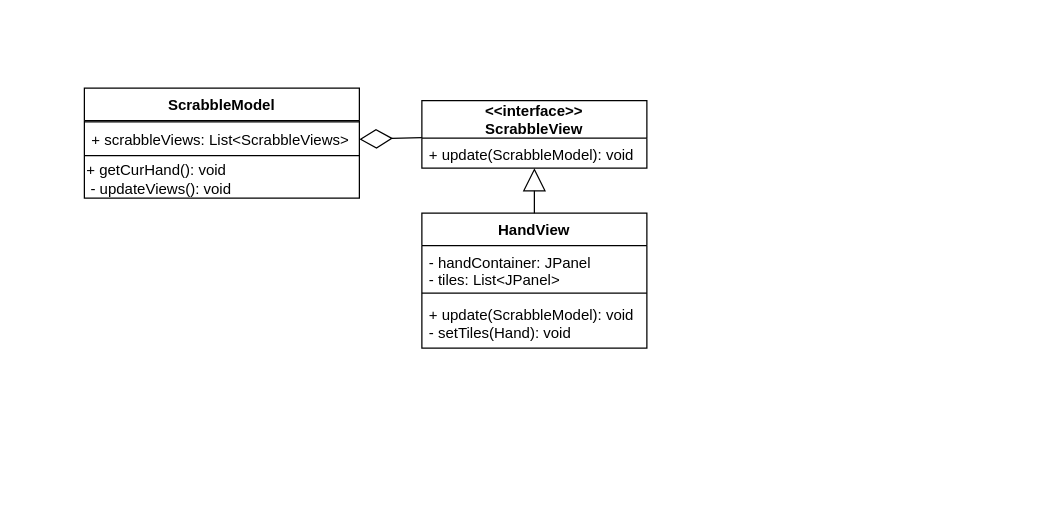
Before: UML/M2/HandView.drawio in trk20/Scuffle, a draw.io diagram. Source tidied: cells renumbered, new cells numbered last; positions are measured from the earlier drawing's top-left corner, leaving out a move shared by most shapes. Both pictures are drawn from the tidied source at 125%, with x=0, y=0 at pixel (84, 88).
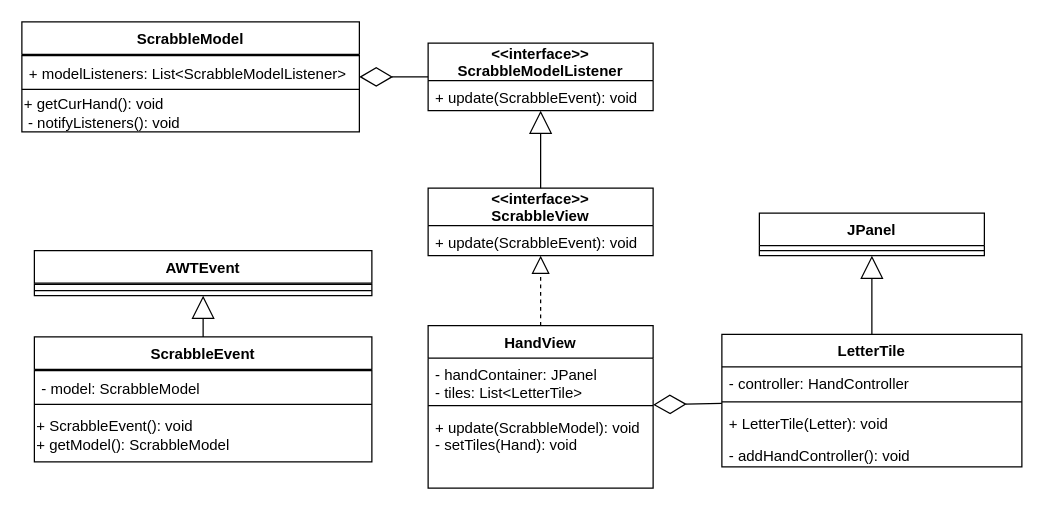
After the change.

Commit message (it also covers changes not shown here):
Created class diagram for HandController

- Updated HandView structure a bit
- For now, using Letter as the internal representation of tiles, but we might run into issues with duplicates.
- Also, may be good to have a way to store selection info inside the model representation of the tile. (Another reason why letter enums may not be sufficient).

What changed in the source:
```diff
@@
     <mxCell id="2" value="HandView" style="swimlane;fontStyle=1;align=center;verticalAlign=top;horizontal=1;startSize=26;" parent="1" vertex="1">
-      <mxGeometry x="270" y="100" width="180" height="108" as="geometry" />
+      <mxGeometry x="275" y="190" width="180" height="130" as="geometry" />
     </mxCell>
-    <mxCell id="3" value="- handContainer: JPanel&#10;- tiles: List&lt;JPanel&gt;" style="text;strokeColor=none;fillColor=none;align=left;verticalAlign=top;spacingLeft=4;spacingRight=4;overflow=hidden;" parent="2" vertex="1">
+    <mxCell id="3" value="- handContainer: JPanel&#10;- tiles: List&lt;LetterTile&gt;" style="text;strokeColor=none;fillColor=none;align=left;verticalAlign=top;spacingLeft=4;spacingRight=4;overflow=hidden;" parent="2" vertex="1">
       <mxGeometry y="26" width="180" height="34" as="geometry" />
     </mxCell>
@@
     <mxCell id="5" value="+ update(ScrabbleModel): void&#10;- setTiles(Hand): void" style="text;strokeColor=none;fillColor=none;align=left;verticalAlign=top;spacingLeft=4;spacingRight=4;overflow=hidden;" parent="2" vertex="1">
-      <mxGeometry y="68" width="180" height="40" as="geometry" />
+      <mxGeometry y="68" width="180" height="62" as="geometry" />
     </mxCell>
     <mxCell id="6" value="&lt;&lt;interface&gt;&gt;&#10;ScrabbleView" style="swimlane;fontStyle=1;horizontal=1;startSize=30;fillColor=none;" parent="1" vertex="1">
-      <mxGeometry x="270" y="10" width="180" height="54" as="geometry" />
+      <mxGeometry x="275" y="80" width="180" height="54" as="geometry" />
     </mxCell>
-    <mxCell id="7" value="+ update(ScrabbleModel): void&#10;" style="text;strokeColor=none;fillColor=none;align=left;verticalAlign=top;spacingLeft=4;spacingRight=4;overflow=hidden;points=[[0,0.5],[1,0.5]];portConstraint=eastwest;fontStyle=0;" parent="6" vertex="1">
+    <mxCell id="7" value="+ update(ScrabbleEvent): void&#10;" style="text;strokeColor=none;fillColor=none;align=left;verticalAlign=top;spacingLeft=4;spacingRight=4;overflow=hidden;points=[[0,0.5],[1,0.5]];portConstraint=eastwest;fontStyle=0;" parent="6" vertex="1">
       <mxGeometry y="30" width="180" height="24" as="geometry" />
     </mxCell>
-    <mxCell id="8" style="endArrow=block;endSize=16;endFill=0;html=1;rounded=0;" parent="1" edge="1" source="2" target="7">
-      <mxGeometry relative="1" as="geometry" />
-    </mxCell>
     <mxCell id="9" value="ScrabbleModel" style="swimlane;fontStyle=1;align=center;verticalAlign=top;horizontal=1;startSize=26;" parent="1" vertex="1">
-      <mxGeometry width="220" height="88" as="geometry" />
+      <mxGeometry x="-50" y="-53" width="270" height="88" as="geometry" />
     </mxCell>
     <mxCell id="10" style="line;strokeWidth=1;fillColor=none;align=left;verticalAlign=middle;spacingTop=-1;spacingLeft=3;spacingRight=3;labelPosition=right;" parent="9" vertex="1">
-      <mxGeometry y="26" width="220" height="2" as="geometry" />
+      <mxGeometry y="26" width="270" height="2" as="geometry" />
     </mxCell>
-    <mxCell id="11" value="+ scrabbleViews: List&lt;ScrabbleViews&gt;" style="text;strokeColor=none;fillColor=none;align=left;verticalAlign=top;spacingLeft=4;spacingRight=4;overflow=hidden;" parent="9" vertex="1">
-      <mxGeometry y="28" width="220" height="22" as="geometry" />
+    <mxCell id="11" value="+ modelListeners: List&lt;ScrabbleModelListener&gt;" style="text;strokeColor=none;fillColor=none;align=left;verticalAlign=top;spacingLeft=4;spacingRight=4;overflow=hidden;" parent="9" vertex="1">
+      <mxGeometry y="28" width="270" height="22" as="geometry" />
     </mxCell>
     <mxCell id="12" style="line;strokeWidth=1;fillColor=none;align=left;verticalAlign=middle;spacingTop=-1;spacingLeft=3;spacingRight=3;labelPosition=right;" parent="9" vertex="1">
-      <mxGeometry y="50" width="220" height="8" as="geometry" />
+      <mxGeometry y="50" width="270" height="8" as="geometry" />
     </mxCell>
-    <mxCell id="13" value="&lt;span&gt;+ getCurHand(): void&lt;br&gt;&amp;nbsp;- updateViews(): void&lt;br&gt;&lt;/span&gt;" style="text;html=1;strokeColor=none;fillColor=none;align=left;verticalAlign=middle;whiteSpace=wrap;rounded=0;" parent="9" vertex="1">
-      <mxGeometry y="58" width="220" height="30" as="geometry" />
+    <mxCell id="13" value="&lt;span&gt;+ getCurHand(): void&lt;br&gt;&amp;nbsp;-&amp;nbsp;&lt;/span&gt;notifyListeners&lt;span&gt;(): void&lt;br&gt;&lt;/span&gt;" style="text;html=1;strokeColor=none;fillColor=none;align=left;verticalAlign=middle;whiteSpace=wrap;rounded=0;" parent="9" vertex="1">
+      <mxGeometry y="58" width="270" height="30" as="geometry" />
     </mxCell>
-    <mxCell id="14" style="endArrow=diamondThin;endFill=0;endSize=24;html=1;rounded=0;" parent="1" edge="1" source="6" target="9">
+    <mxCell id="14" style="endArrow=diamondThin;endFill=0;endSize=24;html=1;rounded=0;" parent="1" edge="1" source="25" target="9">
       <mxGeometry relative="1" as="geometry" />
     </mxCell>
+    <mxCell id="15" value="LetterTile" style="swimlane;fontStyle=1;align=center;verticalAlign=top;horizontal=1;startSize=26;" parent="1" vertex="1">
+      <mxGeometry x="510" y="197" width="240" height="106" as="geometry" />
+    </mxCell>
+    <mxCell id="16" value="- controller: HandController" style="text;strokeColor=none;fillColor=none;align=left;verticalAlign=top;spacingLeft=4;spacingRight=4;overflow=hidden;" parent="15" vertex="1">
+      <mxGeometry y="26" width="240" height="24" as="geometry" />
+    </mxCell>
+    <mxCell id="17" style="line;strokeWidth=1;fillColor=none;align=left;verticalAlign=middle;spacingTop=-1;spacingLeft=3;spacingRight=3;labelPosition=right;" parent="15" vertex="1">
+      <mxGeometry y="50" width="240" height="8" as="geometry" />
+    </mxCell>
+    <mxCell id="18" value="+ LetterTile(Letter): void" style="text;strokeColor=none;fillColor=none;align=left;verticalAlign=top;spacingLeft=4;spacingRight=4;overflow=hidden;" parent="15" vertex="1">
+      <mxGeometry y="58" width="240" height="26" as="geometry" />
+    </mxCell>
+    <mxCell id="19" value="- addHandController(): void" style="text;strokeColor=none;fillColor=none;align=left;verticalAlign=top;spacingLeft=4;spacingRight=4;overflow=hidden;" parent="15" vertex="1">
+      <mxGeometry y="84" width="240" height="22" as="geometry" />
+    </mxCell>
+    <mxCell id="20" value="JPanel" style="swimlane;fontStyle=1;align=center;verticalAlign=top;horizontal=1;startSize=26;" parent="1" vertex="1">
+      <mxGeometry x="540" y="100" width="180" height="34" as="geometry" />
+    </mxCell>
+    <mxCell id="21" style="line;strokeWidth=1;fillColor=none;align=left;verticalAlign=middle;spacingTop=-1;spacingLeft=3;spacingRight=3;labelPosition=right;" parent="20" vertex="1">
+      <mxGeometry y="26" width="180" height="8" as="geometry" />
+    </mxCell>
+    <mxCell id="22" style="endArrow=block;endSize=16;endFill=0;html=1;rounded=0;" parent="1" edge="1" source="15" target="20">
+      <mxGeometry relative="1" as="geometry" />
+    </mxCell>
+    <mxCell id="23" style="endArrow=diamondThin;endFill=0;endSize=24;html=1;rounded=0;" parent="1" edge="1" source="15" target="2">
+      <mxGeometry relative="1" as="geometry" />
+    </mxCell>
+    <mxCell id="24" style="endArrow=block;dashed=1;endFill=0;endSize=12;html=1;rounded=0;" parent="1" edge="1" source="2" target="6">
+      <mxGeometry relative="1" as="geometry" />
+    </mxCell>
+    <mxCell id="25" value="&lt;&lt;interface&gt;&gt;&#10;ScrabbleModelListener" style="swimlane;fontStyle=1;horizontal=1;startSize=30;fillColor=none;" parent="1" vertex="1">
+      <mxGeometry x="275" y="-36" width="180" height="54" as="geometry" />
+    </mxCell>
+    <mxCell id="26" value="+ update(ScrabbleEvent): void&#10;" style="text;strokeColor=none;fillColor=none;align=left;verticalAlign=top;spacingLeft=4;spacingRight=4;overflow=hidden;fontStyle=0;" parent="25" vertex="1">
+      <mxGeometry y="30" width="180" height="24" as="geometry" />
+    </mxCell>
+    <mxCell id="27" style="endArrow=block;endSize=16;endFill=0;html=1;rounded=0;" parent="1" edge="1" source="6" target="25">
+      <mxGeometry relative="1" as="geometry" />
+    </mxCell>
+    <mxCell id="28" value="ScrabbleEvent" style="swimlane;fontStyle=1;align=center;verticalAlign=top;horizontal=1;startSize=26;" parent="1" vertex="1">
+      <mxGeometry x="-40" y="199" width="270" height="100" as="geometry" />
+    </mxCell>
+    <mxCell id="29" style="line;strokeWidth=1;fillColor=none;align=left;verticalAlign=middle;spacingTop=-1;spacingLeft=3;spacingRight=3;labelPosition=right;" parent="28" vertex="1">
+      <mxGeometry y="26" width="270" height="2" as="geometry" />
+    </mxCell>
+    <mxCell id="30" value="- model: ScrabbleModel" style="text;strokeColor=none;fillColor=none;align=left;verticalAlign=top;spacingLeft=4;spacingRight=4;overflow=hidden;" parent="28" vertex="1">
+      <mxGeometry y="28" width="270" height="22" as="geometry" />
+    </mxCell>
+    <mxCell id="31" style="line;strokeWidth=1;fillColor=none;align=left;verticalAlign=middle;spacingTop=-1;spacingLeft=3;spacingRight=3;labelPosition=right;" parent="28" vertex="1">
+      <mxGeometry y="50" width="270" height="8" as="geometry" />
+    </mxCell>
+    <mxCell id="32" value="&lt;span&gt;+ ScrabbleEvent(): void&lt;br&gt;+ getModel(): ScrabbleModel&lt;br&gt;&lt;/span&gt;" style="text;html=1;strokeColor=none;fillColor=none;align=left;verticalAlign=middle;whiteSpace=wrap;rounded=0;" parent="28" vertex="1">
+      <mxGeometry y="58" width="270" height="42" as="geometry" />
+    </mxCell>
+    <mxCell id="33" style="endArrow=block;endSize=16;endFill=0;html=1;rounded=0;" parent="1" edge="1" source="28" target="34">
+      <mxGeometry relative="1" as="geometry" />
+    </mxCell>
+    <mxCell id="34" value="AWTEvent" style="swimlane;fontStyle=1;align=center;verticalAlign=top;horizontal=1;startSize=26;" parent="1" vertex="1">
+      <mxGeometry x="-40" y="130" width="270" height="36" as="geometry" />
+    </mxCell>
+    <mxCell id="35" style="line;strokeWidth=1;fillColor=none;align=left;verticalAlign=middle;spacingTop=-1;spacingLeft=3;spacingRight=3;labelPosition=right;" parent="34" vertex="1">
+      <mxGeometry y="26" width="270" height="2" as="geometry" />
+    </mxCell>
+    <mxCell id="36" style="line;strokeWidth=1;fillColor=none;align=left;verticalAlign=middle;spacingTop=-1;spacingLeft=3;spacingRight=3;labelPosition=right;" parent="34" vertex="1">
+      <mxGeometry y="28" width="270" height="8" as="geometry" />
+    </mxCell>
```
